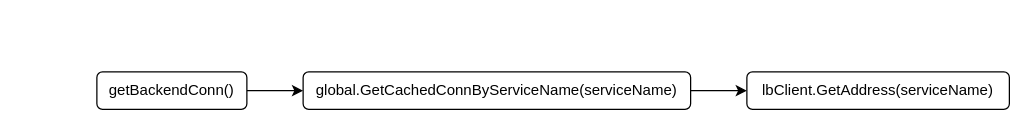
This is lb.drawio from NicoleRobin/my_draw, a draw.io file, before an edit. Source tidied: cells renumbered, new cells numbered last; positions are measured from the earlier drawing's top-left corner, leaving out a move shared by most shapes. Both pictures are drawn from the tidied source at 125%, with x=0, y=0 at pixel (96, 71).
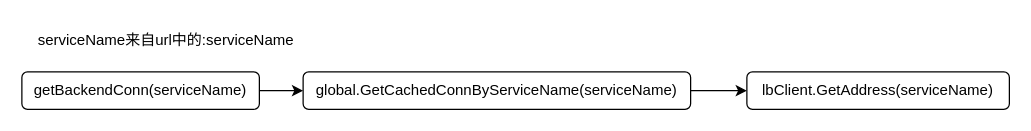
Above is the later version.

What changed in the source:
```diff
@@
 <mxGraphModel>
   <root>
     <mxCell id="0" />
     <mxCell id="1" parent="0" />
     <mxCell id="2" style="edgeStyle=orthogonalEdgeStyle;rounded=0;jettySize=auto;html=1;" parent="1" edge="1" source="3" target="5">
       <mxGeometry relative="1" as="geometry" />
     </mxCell>
-    <mxCell id="3" value="getBackendConn()" style="rounded=1;whiteSpace=wrap;html=1;fontSize=12;glass=0;strokeWidth=1;shadow=0;" parent="1" vertex="1">
-      <mxGeometry width="120" height="30" as="geometry" />
+    <mxCell id="3" value="getBackendConn(serviceName)" style="rounded=1;whiteSpace=wrap;html=1;fontSize=12;glass=0;strokeWidth=1;shadow=0;" parent="1" vertex="1">
+      <mxGeometry x="-60" width="190" height="30" as="geometry" />
     </mxCell>
     <mxCell id="4" style="edgeStyle=orthogonalEdgeStyle;rounded=0;jettySize=auto;html=1;" parent="1" edge="1" source="5" target="6">
       <mxGeometry relative="1" as="geometry" />
     </mxCell>
     <mxCell id="5" value="global.GetCachedConnByServiceName(serviceName)" style="whiteSpace=wrap;html=1;rounded=1;glass=0;strokeWidth=1;shadow=0;" parent="1" vertex="1">
       <mxGeometry x="165" width="310" height="30" as="geometry" />
     </mxCell>
     <mxCell id="6" value="lbClient.GetAddress(serviceName)" style="whiteSpace=wrap;html=1;rounded=1;glass=0;strokeWidth=1;shadow=0;" parent="1" vertex="1">
       <mxGeometry x="520" width="210" height="30" as="geometry" />
     </mxCell>
+    <mxCell id="7" value="serviceName来自url中的:serviceName" style="text;html=1;align=center;verticalAlign=middle;fillColor=none;strokeColor=none;rounded=0;" parent="1" vertex="1">
+      <mxGeometry x="-60" y="-40" width="230" height="30" as="geometry" />
+    </mxCell>
   </root>
 </mxGraphModel>
```
